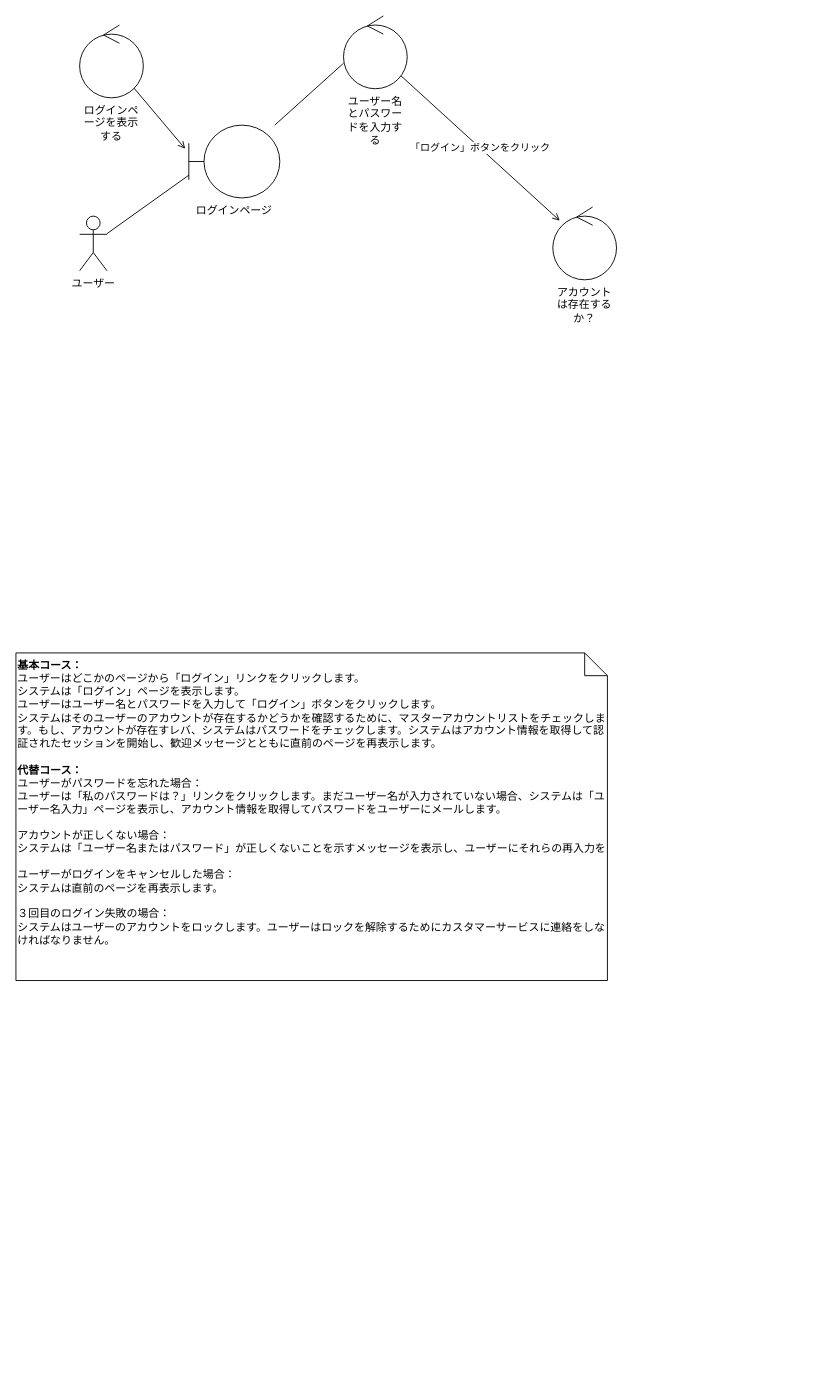
Before: architecture/robastness/practice_robastness.drawio in rinotc/practice_iconix, a draw.io diagram. Source tidied: cells renumbered, new cells numbered last; positions are measured from the earlier drawing's top-left corner, leaving out a move shared by most shapes. Both pictures are drawn from the tidied source at 91%, with x=0, y=0 at pixel (15, 15).
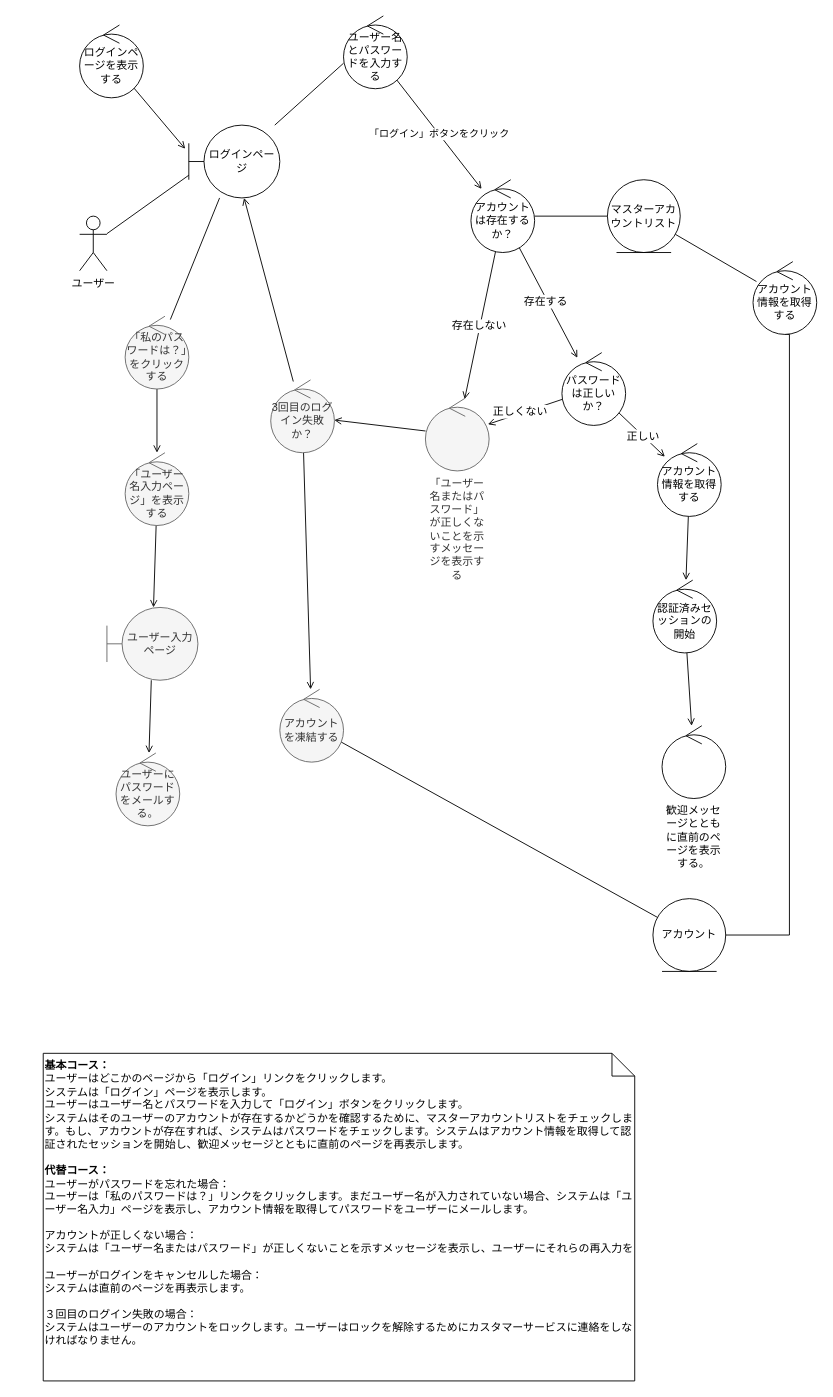
Above is the later version.

Commit message:
ログインのロバストネス図

Diff of the diagram source:
```diff
@@
+    <mxCell id="12" style="edgeStyle=none;rounded=0;jettySize=auto;html=1;fontFamily=Helvetica;fontSize=12;fontColor=default;startArrow=none;startFill=0;endArrow=none;endFill=0;" parent="1" edge="1" source="5" target="33">
+      <mxGeometry relative="1" as="geometry" />
+    </mxCell>
-    <mxCell id="5" value="ログインページ" style="shape=umlBoundary;whiteSpace=wrap;html=1;labelPosition=center;verticalLabelPosition=bottom;align=center;verticalAlign=top;" parent="1" vertex="1">
+    <mxCell id="5" value="ログインページ" style="shape=umlBoundary;whiteSpace=wrap;html=1;labelPosition=center;verticalLabelPosition=middle;align=center;verticalAlign=middle;" parent="1" vertex="1">
       <mxGeometry x="190" y="120" width="100" height="80" as="geometry" />
     </mxCell>
@@
-    <mxCell id="7" value="ログインページを表示する" style="ellipse;shape=umlControl;whiteSpace=wrap;html=1;labelPosition=center;verticalLabelPosition=bottom;align=center;verticalAlign=top;" parent="1" vertex="1">
+    <mxCell id="7" value="ログインページを表示する" style="ellipse;shape=umlControl;whiteSpace=wrap;html=1;labelPosition=center;verticalLabelPosition=middle;align=center;verticalAlign=middle;" parent="1" vertex="1">
       <mxGeometry x="70" y="10" width="70" height="80" as="geometry" />
     </mxCell>
@@
-    <mxCell id="9" value="ユーザー名とパスワードを入力する" style="ellipse;shape=umlControl;whiteSpace=wrap;html=1;labelPosition=center;verticalLabelPosition=bottom;align=center;verticalAlign=top;" parent="1" vertex="1">
+    <mxCell id="9" value="ユーザー名とパスワードを入力する" style="ellipse;shape=umlControl;whiteSpace=wrap;html=1;labelPosition=center;verticalLabelPosition=middle;align=center;verticalAlign=middle;" parent="1" vertex="1">
       <mxGeometry x="360" width="70" height="80" as="geometry" />
     </mxCell>
+    <mxCell id="13" style="edgeStyle=none;rounded=0;jettySize=auto;html=1;fontFamily=Helvetica;fontSize=12;fontColor=default;endArrow=none;endFill=0;" parent="1" edge="1" source="10" target="19">
+      <mxGeometry relative="1" as="geometry" />
+    </mxCell>
+    <mxCell id="14" style="edgeStyle=none;rounded=0;jettySize=auto;html=1;fontFamily=Helvetica;fontSize=12;fontColor=default;endArrow=open;endFill=0;startArrow=none;startFill=0;" parent="1" edge="1" source="10" target="24">
+      <mxGeometry relative="1" as="geometry" />
+    </mxCell>
+    <mxCell id="15" value="存在する" style="edgeLabel;html=1;align=center;verticalAlign=middle;fontSize=12;fontFamily=Helvetica;fontColor=default;" parent="14" vertex="1">
+      <mxGeometry x="-0.04" y="-2" relative="1" as="geometry" />
+    </mxCell>
+    <mxCell id="16" style="edgeStyle=none;rounded=0;jettySize=auto;html=1;fontFamily=Helvetica;fontSize=12;fontColor=default;startArrow=none;startFill=0;endArrow=open;endFill=0;" parent="1" edge="1" source="10" target="31">
+      <mxGeometry relative="1" as="geometry" />
+    </mxCell>
+    <mxCell id="17" value="存在しない" style="edgeLabel;html=1;align=center;verticalAlign=middle;fontSize=12;fontFamily=Helvetica;fontColor=default;" parent="16" vertex="1">
+      <mxGeometry x="0.02" y="-1" relative="1" as="geometry" />
+    </mxCell>
-    <mxCell id="10" value="アカウントは存在するか？" style="ellipse;shape=umlControl;whiteSpace=wrap;html=1;labelPosition=center;verticalLabelPosition=bottom;align=center;verticalAlign=top;" parent="1" vertex="1">
-      <mxGeometry x="590" y="210" width="70" height="80" as="geometry" />
+    <mxCell id="10" value="アカウントは存在するか？" style="ellipse;shape=umlControl;whiteSpace=wrap;html=1;labelPosition=center;verticalLabelPosition=middle;align=center;verticalAlign=middle;" parent="1" vertex="1">
+      <mxGeometry x="500" y="180" width="70" height="80" as="geometry" />
     </mxCell>
-    <mxCell id="11" value="&lt;blockquote style=&quot;margin: 0 0 0 40px ; border: none ; padding: 0px&quot;&gt;&lt;/blockquote&gt;&lt;blockquote style=&quot;margin: 0 0 0 40px ; border: none ; padding: 0px&quot;&gt;&lt;/blockquote&gt;&lt;b&gt;基本コース：&lt;/b&gt;&lt;br&gt;ユーザーはどこかのページから「ログイン」リンクをクリックします。&lt;br&gt;システムは「ログイン」ページを表示します。&lt;br&gt;ユーザーはユーザー名とパスワードを入力して「ログイン」ボタンをクリックします。&lt;br&gt;システムはそのユーザーのアカウントが存在するかどうかを確認するために、マスターアカウントリストをチェックします。もし、アカウントが存在すレバ、システムはパスワードをチェックします。システムはアカウント情報を取得して認証されたセッションを開始し、歓迎メッセージとともに直前のページを再表示します。&lt;br&gt;&lt;br&gt;&lt;b&gt;代替コース：&lt;/b&gt;&lt;br&gt;ユーザーがパスワードを忘れた場合：&lt;br&gt;ユーザーは「私のパスワードは？」リンクをクリックします。まだユーザー名が入力されていない場合、システムは「ユーザー名入力」ページを表示し、アカウント情報を取得してパスワードをユーザーにメールします。&lt;br&gt;&lt;br&gt;アカウントが正しくない場合：&lt;br&gt;システムは「ユーザー名またはパスワード」が正しくないことを示すメッセージを表示し、ユーザーにそれらの再入力を&lt;br&gt;&lt;br&gt;ユーザーがログインをキャンセルした場合：&lt;br&gt;システムは直前のページを再表示します。&lt;br&gt;&lt;br&gt;３回目のログイン失敗の場合：&lt;br&gt;システムはユーザーのアカウントをロックします。ユーザーはロックを解除するためにカスタマーサービスに連絡をしなければなりません。" style="shape=note;size=25;whiteSpace=wrap;html=1;align=left;verticalAlign=top;labelPosition=center;verticalLabelPosition=middle;" parent="1" vertex="1">
-      <mxGeometry y="700" width="650" height="360" as="geometry" />
+    <mxCell id="11" value="&lt;blockquote style=&quot;margin: 0 0 0 40px ; border: none ; padding: 0px&quot;&gt;&lt;/blockquote&gt;&lt;blockquote style=&quot;margin: 0 0 0 40px ; border: none ; padding: 0px&quot;&gt;&lt;/blockquote&gt;&lt;b&gt;基本コース：&lt;/b&gt;&lt;br&gt;ユーザーはどこかのページから「ログイン」リンクをクリックします。&lt;br&gt;システムは「ログイン」ページを表示します。&lt;br&gt;ユーザーはユーザー名とパスワードを入力して「ログイン」ボタンをクリックします。&lt;br&gt;システムはそのユーザーのアカウントが存在するかどうかを確認するために、マスターアカウントリストをチェックします。もし、アカウントが存在すれば、システムはパスワードをチェックします。システムはアカウント情報を取得して認証されたセッションを開始し、歓迎メッセージとともに直前のページを再表示します。&lt;br&gt;&lt;br&gt;&lt;b&gt;代替コース：&lt;/b&gt;&lt;br&gt;ユーザーがパスワードを忘れた場合：&lt;br&gt;ユーザーは「私のパスワードは？」リンクをクリックします。まだユーザー名が入力されていない場合、システムは「ユーザー名入力」ページを表示し、アカウント情報を取得してパスワードをユーザーにメールします。&lt;br&gt;&lt;br&gt;アカウントが正しくない場合：&lt;br&gt;システムは「ユーザー名またはパスワード」が正しくないことを示すメッセージを表示し、ユーザーにそれらの再入力を&lt;br&gt;&lt;br&gt;ユーザーがログインをキャンセルした場合：&lt;br&gt;システムは直前のページを再表示します。&lt;br&gt;&lt;br&gt;３回目のログイン失敗の場合：&lt;br&gt;システムはユーザーのアカウントをロックします。ユーザーはロックを解除するためにカスタマーサービスに連絡をしなければなりません。" style="shape=note;size=25;whiteSpace=wrap;html=1;align=left;verticalAlign=top;labelPosition=center;verticalLabelPosition=middle;" parent="1" vertex="1">
+      <mxGeometry x="30" y="1140" width="650" height="360" as="geometry" />
     </mxCell>
+    <mxCell id="18" style="edgeStyle=none;rounded=0;jettySize=auto;html=1;fontFamily=Helvetica;fontSize=12;fontColor=default;startArrow=none;startFill=0;endArrow=none;endFill=0;" parent="1" edge="1" source="19" target="41">
+      <mxGeometry relative="1" as="geometry" />
+    </mxCell>
+    <mxCell id="19" value="マスターアカウントリスト" style="ellipse;shape=umlEntity;whiteSpace=wrap;html=1;fontFamily=Helvetica;fontSize=12;fontColor=default;strokeColor=default;fillColor=default;" parent="1" vertex="1">
+      <mxGeometry x="650" y="180" width="80" height="80" as="geometry" />
+    </mxCell>
+    <mxCell id="20" style="edgeStyle=none;rounded=0;jettySize=auto;html=1;fontFamily=Helvetica;fontSize=12;fontColor=default;startArrow=none;startFill=0;endArrow=open;endFill=0;" parent="1" edge="1" source="24" target="26">
+      <mxGeometry relative="1" as="geometry" />
+    </mxCell>
+    <mxCell id="21" value="正しい" style="edgeLabel;html=1;align=center;verticalAlign=middle;fontSize=12;fontFamily=Helvetica;fontColor=default;" parent="20" vertex="1">
+      <mxGeometry x="0.04" y="-1" relative="1" as="geometry" />
+    </mxCell>
+    <mxCell id="22" style="edgeStyle=none;rounded=0;jettySize=auto;html=1;fontFamily=Helvetica;fontSize=12;fontColor=default;startArrow=none;startFill=0;endArrow=open;endFill=0;" parent="1" edge="1" source="24" target="31">
+      <mxGeometry relative="1" as="geometry" />
+    </mxCell>
+    <mxCell id="23" value="正しくない" style="edgeLabel;html=1;align=center;verticalAlign=middle;fontSize=12;fontFamily=Helvetica;fontColor=default;" parent="22" vertex="1">
+      <mxGeometry x="0.14" y="-1" relative="1" as="geometry">
+        <mxPoint y="-1" as="offset" />
+      </mxGeometry>
+    </mxCell>
+    <mxCell id="24" value="パスワードは正しいか？" style="ellipse;shape=umlControl;whiteSpace=wrap;html=1;fontFamily=Helvetica;fontSize=12;fontColor=default;strokeColor=default;fillColor=default;" parent="1" vertex="1">
+      <mxGeometry x="600" y="370" width="70" height="80" as="geometry" />
+    </mxCell>
+    <mxCell id="25" style="edgeStyle=none;rounded=0;jettySize=auto;html=1;fontFamily=Helvetica;fontSize=12;fontColor=default;startArrow=none;startFill=0;endArrow=open;endFill=0;" parent="1" edge="1" source="26" target="28">
+      <mxGeometry relative="1" as="geometry" />
+    </mxCell>
+    <mxCell id="26" value="アカウント情報を取得する" style="ellipse;shape=umlControl;whiteSpace=wrap;html=1;fontFamily=Helvetica;fontSize=12;fontColor=default;strokeColor=default;fillColor=default;" parent="1" vertex="1">
+      <mxGeometry x="705" y="470" width="70" height="80" as="geometry" />
+    </mxCell>
+    <mxCell id="27" style="edgeStyle=none;rounded=0;jettySize=auto;html=1;fontFamily=Helvetica;fontSize=12;fontColor=default;startArrow=none;startFill=0;endArrow=open;endFill=0;" parent="1" edge="1" source="28" target="29">
+      <mxGeometry relative="1" as="geometry" />
+    </mxCell>
+    <mxCell id="28" value="認証済みセッションの開始" style="ellipse;shape=umlControl;whiteSpace=wrap;html=1;fontFamily=Helvetica;fontSize=12;fontColor=default;strokeColor=default;fillColor=default;" parent="1" vertex="1">
+      <mxGeometry x="700" y="620" width="70" height="80" as="geometry" />
+    </mxCell>
+    <mxCell id="29" value="歓迎メッセージとともに直前のページを表示する。" style="ellipse;shape=umlControl;whiteSpace=wrap;html=1;fontFamily=Helvetica;fontSize=12;fontColor=default;strokeColor=default;fillColor=default;labelPosition=center;verticalLabelPosition=bottom;align=center;verticalAlign=top;" parent="1" vertex="1">
+      <mxGeometry x="710" y="780" width="70" height="80" as="geometry" />
+    </mxCell>
+    <mxCell id="30" style="rounded=0;jettySize=auto;html=1;fontFamily=Helvetica;fontSize=12;fontColor=default;startArrow=none;startFill=0;endArrow=open;endFill=0;elbow=vertical;" parent="1" edge="1" source="31" target="44">
+      <mxGeometry relative="1" as="geometry" />
+    </mxCell>
+    <mxCell id="31" value="「ユーザー名またはパスワード」が正しくないことを示すメッセージを表示する" style="ellipse;shape=umlControl;whiteSpace=wrap;html=1;fontFamily=Helvetica;fontSize=12;fontColor=#333333;strokeColor=#666666;fillColor=#f5f5f5;labelPosition=center;verticalLabelPosition=bottom;align=center;verticalAlign=top;" parent="1" vertex="1">
+      <mxGeometry x="450" y="420" width="70" height="80" as="geometry" />
+    </mxCell>
+    <mxCell id="32" style="edgeStyle=none;rounded=0;jettySize=auto;html=1;fontFamily=Helvetica;fontSize=12;fontColor=default;startArrow=none;startFill=0;endArrow=open;endFill=0;" parent="1" edge="1" source="33" target="35">
+      <mxGeometry relative="1" as="geometry" />
+    </mxCell>
+    <mxCell id="33" value="「私のパスワードは？」をクリックする" style="ellipse;shape=umlControl;whiteSpace=wrap;html=1;fontFamily=Helvetica;fontSize=12;strokeColor=#666666;fillColor=#f5f5f5;labelPosition=center;verticalLabelPosition=middle;align=center;verticalAlign=middle;fontColor=#333333;" parent="1" vertex="1">
+      <mxGeometry x="120" y="330" width="70" height="80" as="geometry" />
+    </mxCell>
+    <mxCell id="34" style="edgeStyle=none;rounded=0;jettySize=auto;html=1;fontFamily=Helvetica;fontSize=12;fontColor=default;startArrow=none;startFill=0;endArrow=open;endFill=0;" parent="1" edge="1" source="35" target="37">
+      <mxGeometry relative="1" as="geometry" />
+    </mxCell>
+    <mxCell id="35" value="「ユーザー名入力ページ」を表示する" style="ellipse;shape=umlControl;whiteSpace=wrap;html=1;fontFamily=Helvetica;fontSize=12;fontColor=#333333;strokeColor=#666666;fillColor=#f5f5f5;" parent="1" vertex="1">
+      <mxGeometry x="120" y="480" width="70" height="80" as="geometry" />
+    </mxCell>
+    <mxCell id="36" style="edgeStyle=none;rounded=0;jettySize=auto;html=1;fontFamily=Helvetica;fontSize=12;fontColor=default;startArrow=none;startFill=0;endArrow=open;endFill=0;" parent="1" edge="1" source="37" target="39">
+      <mxGeometry relative="1" as="geometry" />
+    </mxCell>
+    <mxCell id="37" value="ユーザー入力ページ" style="shape=umlBoundary;whiteSpace=wrap;html=1;fontFamily=Helvetica;fontSize=12;fontColor=#333333;strokeColor=#666666;fillColor=#f5f5f5;" parent="1" vertex="1">
+      <mxGeometry x="100" y="650" width="100" height="80" as="geometry" />
+    </mxCell>
+    <mxCell id="38" value="アカウント" style="ellipse;shape=umlEntity;whiteSpace=wrap;html=1;fontFamily=Helvetica;fontSize=12;fontColor=default;strokeColor=default;fillColor=default;" parent="1" vertex="1">
+      <mxGeometry x="700" y="970" width="80" height="80" as="geometry" />
+    </mxCell>
+    <mxCell id="39" value="ユーザーにパスワードをメールする。" style="ellipse;shape=umlControl;whiteSpace=wrap;html=1;fontFamily=Helvetica;fontSize=12;fontColor=#333333;strokeColor=#666666;fillColor=#f5f5f5;" parent="1" vertex="1">
+      <mxGeometry x="110" y="810" width="70" height="80" as="geometry" />
+    </mxCell>
+    <mxCell id="40" style="rounded=0;jettySize=auto;html=1;fontFamily=Helvetica;fontSize=12;fontColor=default;startArrow=none;startFill=0;endArrow=none;endFill=0;elbow=vertical;edgeStyle=orthogonalEdgeStyle;" parent="1" edge="1" target="38">
+      <mxGeometry relative="1" as="geometry">
+        <mxPoint x="845" y="350" as="sourcePoint" />
+        <Array as="points">
+          <mxPoint x="850" y="350" />
+          <mxPoint x="850" y="1010" />
+        </Array>
+      </mxGeometry>
+    </mxCell>
+    <mxCell id="41" value="アカウント情報を取得する" style="ellipse;shape=umlControl;whiteSpace=wrap;html=1;fontFamily=Helvetica;fontSize=12;fontColor=default;strokeColor=default;fillColor=default;" parent="1" vertex="1">
+      <mxGeometry x="810" y="270" width="70" height="80" as="geometry" />
+    </mxCell>
+    <mxCell id="42" style="edgeStyle=none;rounded=0;jettySize=auto;html=1;fontFamily=Helvetica;fontSize=12;fontColor=default;startArrow=none;startFill=0;endArrow=open;endFill=0;elbow=vertical;" parent="1" edge="1" source="44" target="5">
+      <mxGeometry relative="1" as="geometry" />
+    </mxCell>
+    <mxCell id="43" style="edgeStyle=none;rounded=0;jettySize=auto;html=1;fontFamily=Helvetica;fontSize=12;fontColor=default;startArrow=none;startFill=0;endArrow=open;endFill=0;elbow=vertical;" parent="1" edge="1" source="44" target="46">
+      <mxGeometry relative="1" as="geometry" />
+    </mxCell>
+    <mxCell id="44" value="3回目のログイン失敗か？" style="ellipse;shape=umlControl;whiteSpace=wrap;html=1;fontFamily=Helvetica;fontSize=12;fontColor=#333333;strokeColor=#666666;fillColor=#f5f5f5;" parent="1" vertex="1">
+      <mxGeometry x="280" y="400" width="70" height="80" as="geometry" />
+    </mxCell>
+    <mxCell id="45" style="edgeStyle=none;rounded=0;jettySize=auto;html=1;fontFamily=Helvetica;fontSize=12;fontColor=default;startArrow=none;startFill=0;endArrow=none;endFill=0;elbow=vertical;" parent="1" edge="1" source="46" target="38">
+      <mxGeometry relative="1" as="geometry" />
+    </mxCell>
+    <mxCell id="46" value="アカウントを凍結する" style="ellipse;shape=umlControl;whiteSpace=wrap;html=1;fontFamily=Helvetica;fontSize=12;fontColor=#333333;strokeColor=#666666;fillColor=#f5f5f5;" parent="1" vertex="1">
+      <mxGeometry x="290" y="740" width="70" height="80" as="geometry" />
+    </mxCell>
```
